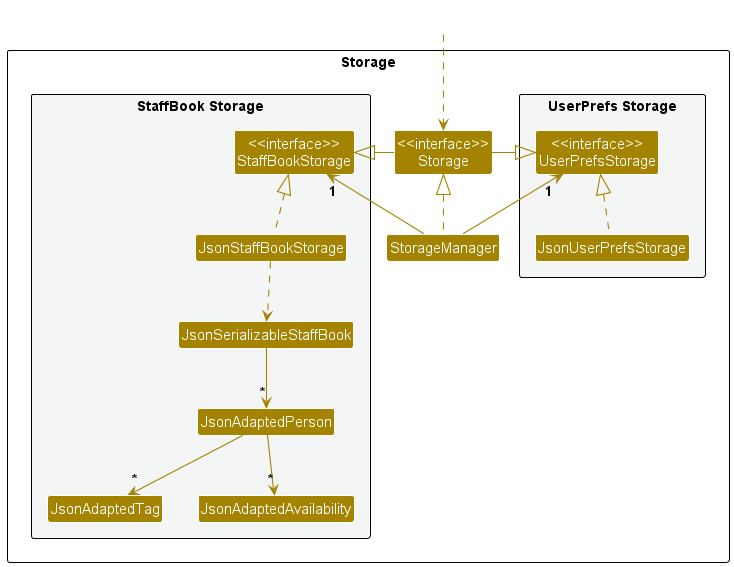
nus-cs2103-AY2324S2/tp keeps this PlantUML diagram as docs/images/StorageClassDiagram.png. Above is the earlier version. Its diagram source:
```plantuml
@startuml
!include style.puml
skinparam arrowThickness 1.1
skinparam arrowColor STORAGE_COLOR
skinparam classBackgroundColor STORAGE_COLOR

package Storage as StoragePackage {

package "UserPrefs Storage" #F4F6F6{
Class "<<interface>>\nUserPrefsStorage" as UserPrefsStorage
Class JsonUserPrefsStorage
}

Class "<<interface>>\nStorage" as Storage
Class StorageManager

package "StaffBook Storage" #F4F6F6{
Class "<<interface>>\nStaffBookStorage" as StaffBookStorage
Class JsonStaffBookStorage
Class JsonSerializableStaffBook
Class JsonAdaptedPerson
Class JsonAdaptedTag
Class JsonAdaptedAvailability
}

}

Class HiddenOutside #FFFFFF
HiddenOutside ..> Storage

StorageManager .up.|> Storage
StorageManager -up-> "1" UserPrefsStorage
StorageManager -up-> "1" StaffBookStorage

Storage -left-|> UserPrefsStorage
Storage -right-|> StaffBookStorage

JsonUserPrefsStorage .up.|> UserPrefsStorage
JsonStaffBookStorage .up.|> StaffBookStorage
JsonStaffBookStorage ..> JsonSerializableStaffBook
JsonSerializableStaffBook --> "*" JsonAdaptedPerson
JsonAdaptedPerson --> "*" JsonAdaptedTag
JsonAdaptedPerson --> "*" JsonAdaptedAvailability

@enduml
```
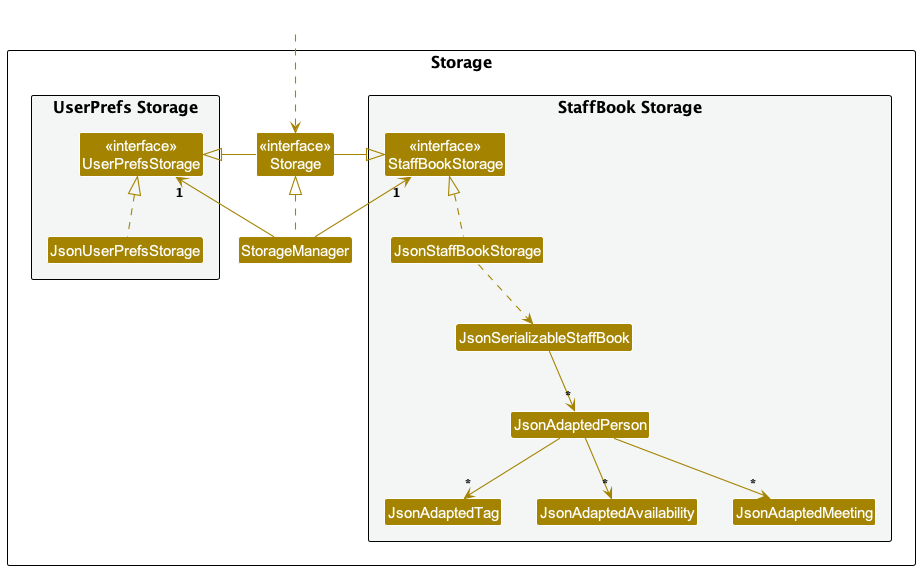
The same diagram one commit later.

Commit message:
Update storage class image

The edit, as a diff of the source:
```diff
@@ -21,6 +21,7 @@
 Class JsonAdaptedPerson
 Class JsonAdaptedTag
 Class JsonAdaptedAvailability
+Class JsonAdaptedMeeting
 }
 
 }
@@ -41,5 +42,7 @@
 JsonSerializableStaffBook --> "*" JsonAdaptedPerson
 JsonAdaptedPerson --> "*" JsonAdaptedTag
 JsonAdaptedPerson --> "*" JsonAdaptedAvailability
+JsonAdaptedPerson --> "*" JsonAdaptedMeeting
+
 
 @enduml
```
